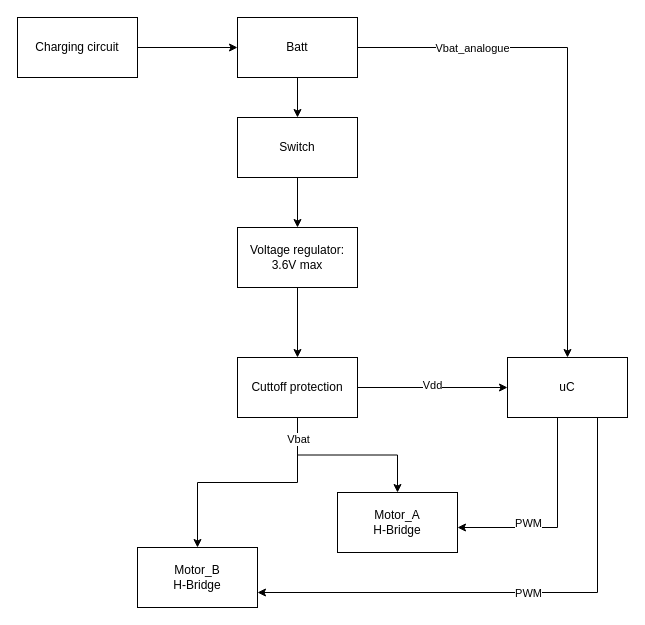
Luke-VDW/micromouse keeps this draw.io diagram as documents/power/system-diagram.drawio. Above is the earlier version. Source tidied: cells renumbered, new cells numbered last; positions are measured from the earlier drawing's top-left corner, leaving out a move shared by most shapes. Both pictures are drawn from the tidied source at 100%, with x=0, y=0 at pixel (17, 17).
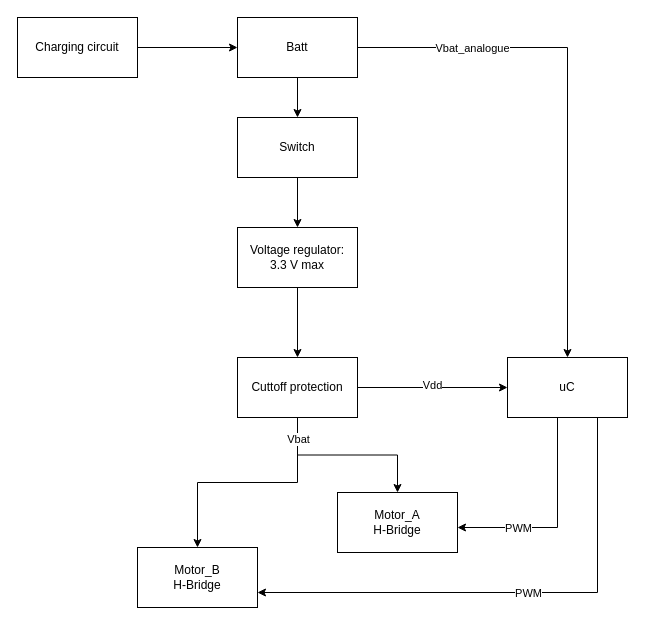
The same diagram, later.

Unchanged cells that the change refers to:
```xml
<mxCell id="17" style="edgeStyle=orthogonalEdgeStyle;rounded=0;jettySize=auto;html=1;" parent="1" edge="1" source="21">
  <mxGeometry relative="1" as="geometry">
    <mxPoint x="440" y="510" as="targetPoint" />
    <Array as="points">
      <mxPoint x="540" y="510" />
      <mxPoint x="440" y="510" />
    </Array>
  </mxGeometry>
</mxCell>
```

Change to the diagram source:
```diff
@@
     <mxCell id="18" value="PWM" style="edgeLabel;html=1;align=center;verticalAlign=middle;" parent="17" vertex="1">
       <mxGeometry x="0.31" y="-2" relative="1" as="geometry">
-        <mxPoint x="-2" y="-3" as="offset" />
+        <mxPoint x="-12" y="2" as="offset" />
       </mxGeometry>
     </mxCell>
@@
-    <mxCell id="24" value="Voltage regulator:&lt;div&gt;3.6V max&lt;/div&gt;" style="whiteSpace=wrap;html=1;rounded=0;" parent="1" vertex="1">
+    <mxCell id="24" value="Voltage regulator:&lt;div&gt;3.3&amp;nbsp;&lt;span style=&quot;background-color: initial;&quot;&gt;V max&lt;/span&gt;&lt;/div&gt;" style="whiteSpace=wrap;html=1;rounded=0;" parent="1" vertex="1">
       <mxGeometry x="220" y="210" width="120" height="60" as="geometry" />
     </mxCell>
```
